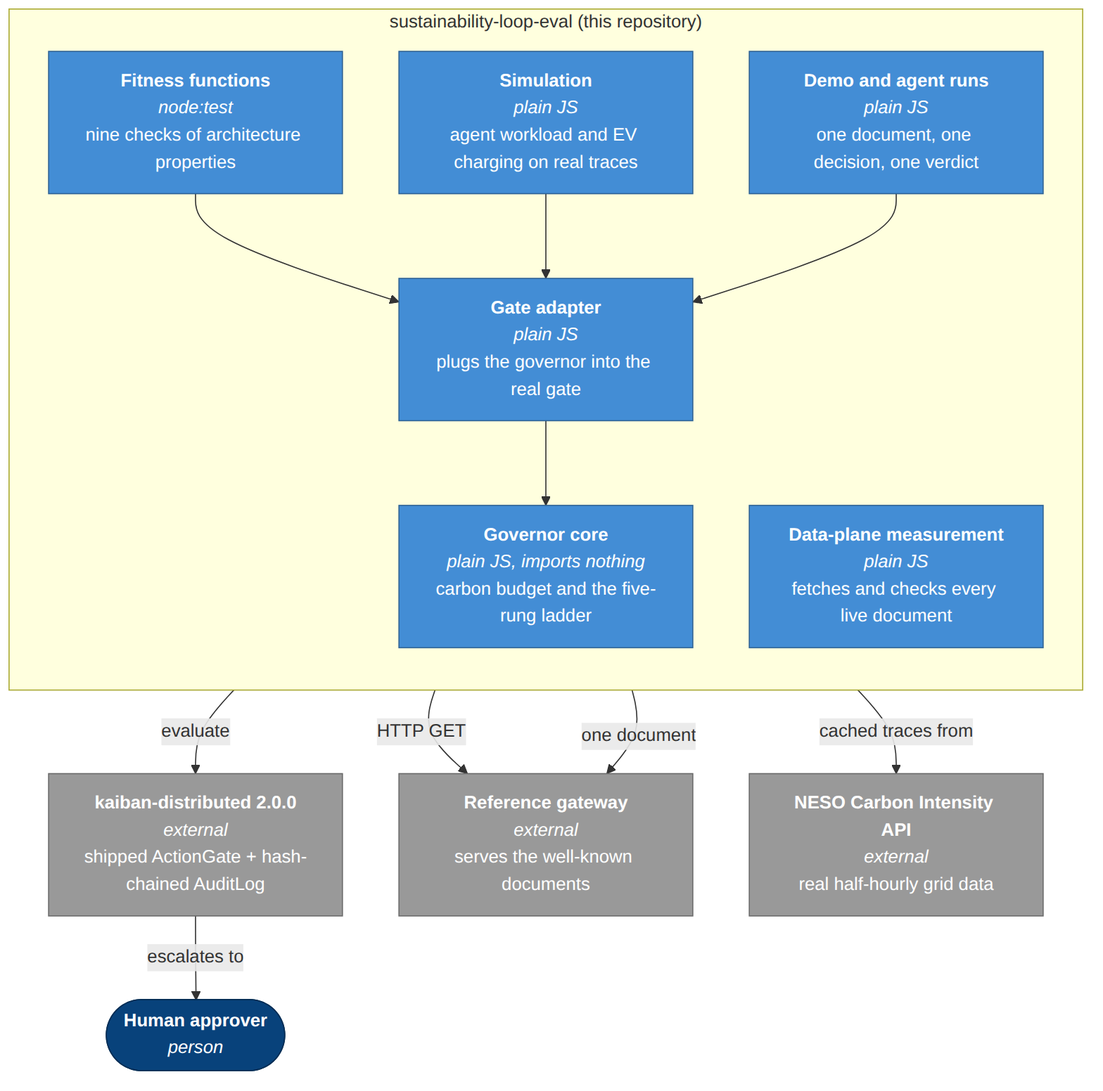
This is docs/architecture/c4/c4-container.png from andreibesleaga/sustainability-loop-eval, a Mermaid export, as it was before one commit. Its source is kept beside it as docs/architecture/c4/c4-container.mmd. The source it was exported from:
```mermaid
flowchart TB
  subgraph PKG["sustainability-loop-eval (this repository)"]
    direction TB
    CORE["<b>Governor core</b><br/><i>plain JS, imports nothing</i><br/>carbon budget and the five-rung ladder"]
    ADP["<b>Gate adapter</b><br/><i>plain JS</i><br/>plugs the governor into the real gate"]
    FIT["<b>Fitness functions</b><br/><i>node:test</i><br/>nine checks of architecture properties"]
    SIM["<b>Simulation</b><br/><i>plain JS</i><br/>agent workload and EV charging on real traces"]
    DP["<b>Data-plane measurement</b><br/><i>plain JS</i><br/>fetches and checks every live document"]
    RUN["<b>Demo and agent runs</b><br/><i>plain JS</i><br/>one document, one decision, one verdict"]
  end

  GATE["<b>kaiban-distributed 2.0.0</b><br/><i>external</i><br/>shipped ActionGate + hash-chained AuditLog"]
  GW["<b>Reference gateway</b><br/><i>external</i><br/>serves the well-known documents"]
  GD["<b>NESO Carbon Intensity API</b><br/><i>external</i><br/>real half-hourly grid data"]
  H(["<b>Human approver</b><br/><i>person</i>"])

  ADP --> CORE
  FIT --> ADP
  SIM --> ADP
  RUN --> ADP
  ADP -->|evaluate| GATE
  DP -->|HTTP GET| GW
  RUN -->|one document| GW
  SIM -->|cached traces from| GD
  GATE -->|escalates to| H

  classDef person fill:#08427b,stroke:#052e56,color:#fff
  classDef cont fill:#438dd5,stroke:#2e6295,color:#fff
  classDef ext fill:#999999,stroke:#6b6b6b,color:#fff
  class H person
  class CORE,ADP,FIT,SIM,DP,RUN cont
  class GATE,GW,GD ext
```
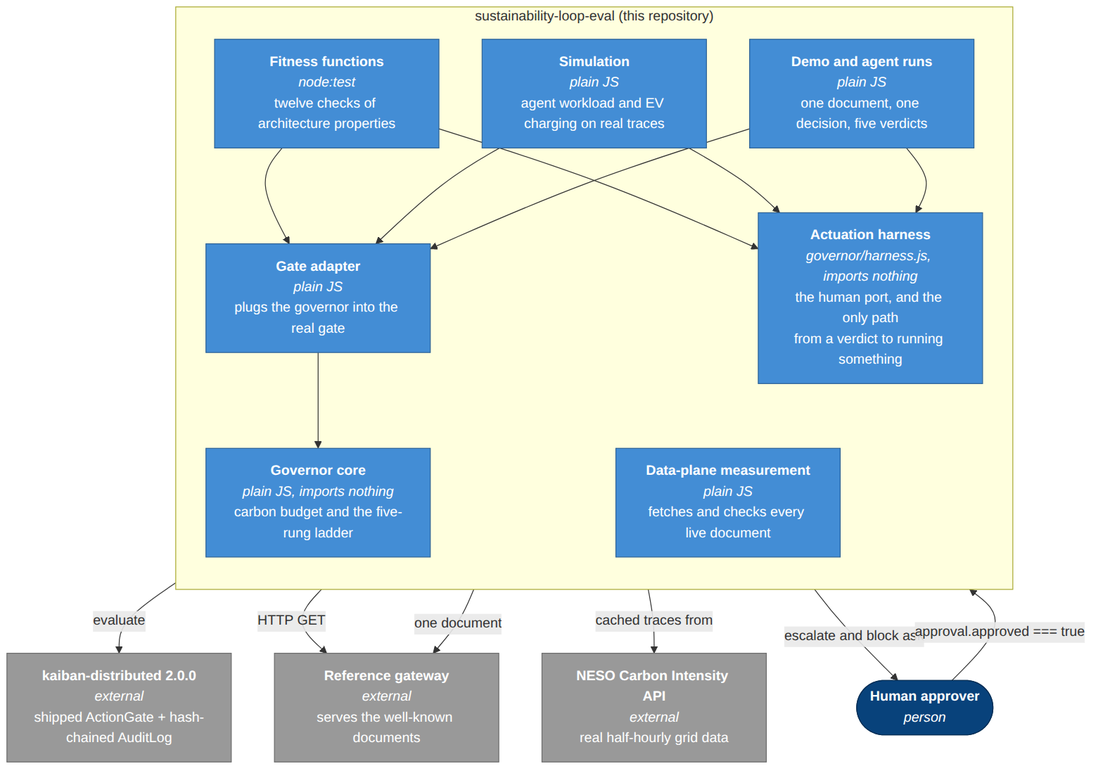
The same diagram one commit later.

Change to the diagram source:
```diff
@@ -3,10 +3,11 @@
     direction TB
     CORE["<b>Governor core</b><br/><i>plain JS, imports nothing</i><br/>carbon budget and the five-rung ladder"]
     ADP["<b>Gate adapter</b><br/><i>plain JS</i><br/>plugs the governor into the real gate"]
-    FIT["<b>Fitness functions</b><br/><i>node:test</i><br/>nine checks of architecture properties"]
+    HAR["<b>Actuation harness</b><br/><i>governor/harness.js, imports nothing</i><br/>the human port, and the only path<br/>from a verdict to running something"]
+    FIT["<b>Fitness functions</b><br/><i>node:test</i><br/>twelve checks of architecture properties"]
     SIM["<b>Simulation</b><br/><i>plain JS</i><br/>agent workload and EV charging on real traces"]
     DP["<b>Data-plane measurement</b><br/><i>plain JS</i><br/>fetches and checks every live document"]
-    RUN["<b>Demo and agent runs</b><br/><i>plain JS</i><br/>one document, one decision, one verdict"]
+    RUN["<b>Demo and agent runs</b><br/><i>plain JS</i><br/>one document, one decision, five verdicts"]
   end
 
   GATE["<b>kaiban-distributed 2.0.0</b><br/><i>external</i><br/>shipped ActionGate + hash-chained AuditLog"]
@@ -18,15 +19,19 @@
   FIT --> ADP
   SIM --> ADP
   RUN --> ADP
+  FIT --> HAR
+  SIM --> HAR
+  RUN --> HAR
   ADP -->|evaluate| GATE
   DP -->|HTTP GET| GW
   RUN -->|one document| GW
   SIM -->|cached traces from| GD
-  GATE -->|escalates to| H
+  HAR -->|escalate and block ask| H
+  H -->|approval.approved === true| HAR
 
   classDef person fill:#08427b,stroke:#052e56,color:#fff
   classDef cont fill:#438dd5,stroke:#2e6295,color:#fff
   classDef ext fill:#999999,stroke:#6b6b6b,color:#fff
   class H person
-  class CORE,ADP,FIT,SIM,DP,RUN cont
+  class CORE,ADP,HAR,FIT,SIM,DP,RUN cont
   class GATE,GW,GD ext
```
